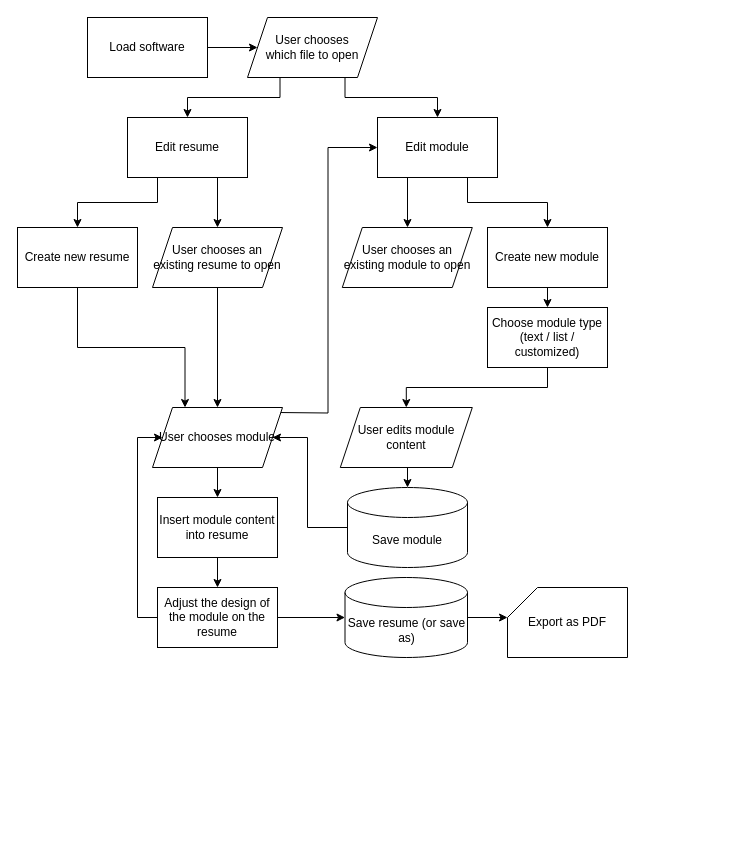
The draw.io diagram System Flowchart.drawio in Mkswll/ResText, before the edit. Source tidied: cells renumbered, new cells numbered last; positions are measured from the earlier drawing's top-left corner, leaving out a move shared by most shapes. Both pictures are drawn from the tidied source at 100%, with x=0, y=0 at pixel (17, 17).
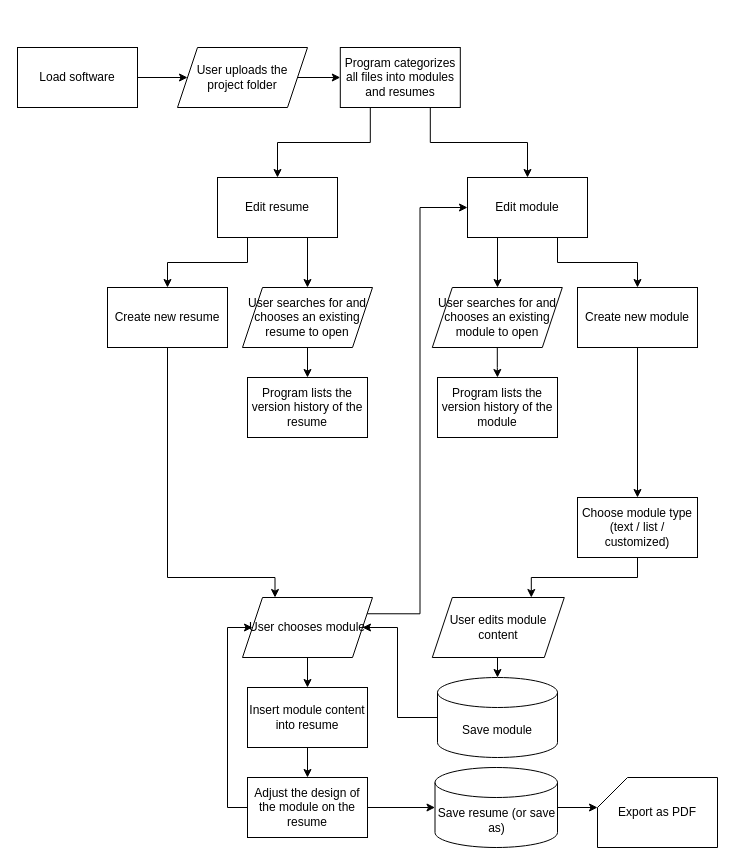
The same page after the edit.

Commit message:
System Flowchart (Final) 032813

Change to the diagram source:
```diff
@@
-    <mxCell id="2" style="edgeStyle=orthogonalEdgeStyle;rounded=0;jettySize=auto;html=1;exitX=1;exitY=0.5;exitDx=0;exitDy=0;entryX=0;entryY=0.5;entryDx=0;entryDy=0;" parent="1" edge="1" source="3" target="6">
-      <mxGeometry relative="1" as="geometry" />
-    </mxCell>
+    <mxCell id="37" style="edgeStyle=orthogonalEdgeStyle;rounded=0;jettySize=auto;html=1;entryX=0;entryY=0.5;entryDx=0;entryDy=0;" parent="1" edge="1" source="3" target="42">
+      <mxGeometry relative="1" as="geometry" />
+    </mxCell>
     <mxCell id="3" value="Load software" style="rounded=0;whiteSpace=wrap;html=1;" parent="1" vertex="1">
-      <mxGeometry x="70" width="120" height="60" as="geometry" />
+      <mxGeometry y="30" width="120" height="60" as="geometry" />
     </mxCell>
-    <mxCell id="4" style="edgeStyle=orthogonalEdgeStyle;rounded=0;jettySize=auto;html=1;exitX=0.25;exitY=1;exitDx=0;exitDy=0;" parent="1" edge="1" source="6" target="14">
-      <mxGeometry relative="1" as="geometry" />
-    </mxCell>
-    <mxCell id="5" style="edgeStyle=orthogonalEdgeStyle;rounded=0;jettySize=auto;html=1;exitX=0.75;exitY=1;exitDx=0;exitDy=0;entryX=0.5;entryY=0;entryDx=0;entryDy=0;" parent="1" edge="1" source="6" target="16">
-      <mxGeometry relative="1" as="geometry" />
-    </mxCell>
-    <mxCell id="6" value="User chooses &lt;br&gt;which file to open" style="shape=parallelogram;perimeter=parallelogramPerimeter;whiteSpace=wrap;html=1;fixedSize=1;" parent="1" vertex="1">
-      <mxGeometry x="230" width="130" height="60" as="geometry" />
-    </mxCell>
-    <mxCell id="7" style="edgeStyle=orthogonalEdgeStyle;rounded=0;jettySize=auto;html=1;exitX=0.5;exitY=1;exitDx=0;exitDy=0;entryX=0.25;entryY=0;entryDx=0;entryDy=0;" parent="1" edge="1" source="8" target="32">
-      <mxGeometry relative="1" as="geometry" />
+    <mxCell id="7" style="edgeStyle=orthogonalEdgeStyle;rounded=0;jettySize=auto;html=1;entryX=0.25;entryY=0;entryDx=0;entryDy=0;" parent="1" edge="1" source="8" target="32">
+      <mxGeometry relative="1" as="geometry">
+        <Array as="points">
+          <mxPoint x="150" y="560" />
+          <mxPoint x="258" y="560" />
+        </Array>
+      </mxGeometry>
     </mxCell>
     <mxCell id="8" value="Create new resume" style="rounded=0;whiteSpace=wrap;html=1;" parent="1" vertex="1">
-      <mxGeometry y="210" width="120" height="60" as="geometry" />
+      <mxGeometry x="90" y="270" width="120" height="60" as="geometry" />
     </mxCell>
     <mxCell id="9" value="Create new module" style="rounded=0;whiteSpace=wrap;html=1;" parent="1" vertex="1">
-      <mxGeometry x="470" y="210" width="120" height="60" as="geometry" />
+      <mxGeometry x="560" y="270" width="120" height="60" as="geometry" />
     </mxCell>
@@
-    <mxCell id="11" style="edgeStyle=orthogonalEdgeStyle;rounded=0;jettySize=auto;html=1;exitX=0.5;exitY=1;exitDx=0;exitDy=0;entryX=0.5;entryY=0;entryDx=0;entryDy=0;" parent="1" edge="1" source="12" target="31">
+    <mxCell id="11" style="edgeStyle=orthogonalEdgeStyle;rounded=0;jettySize=auto;html=1;exitX=0.5;exitY=1;exitDx=0;exitDy=0;entryX=0.75;entryY=0;entryDx=0;entryDy=0;" parent="1" edge="1" source="12" target="31">
       <mxGeometry relative="1" as="geometry" />
     </mxCell>
     <mxCell id="12" value="Choose module type (text / list / customized)" style="rounded=0;whiteSpace=wrap;html=1;" parent="1" vertex="1">
-      <mxGeometry x="470" y="290" width="120" height="60" as="geometry" />
+      <mxGeometry x="560" y="480" width="120" height="60" as="geometry" />
     </mxCell>
@@
     <mxCell id="14" value="Edit resume" style="rounded=0;whiteSpace=wrap;html=1;" parent="1" vertex="1">
-      <mxGeometry x="110" y="100" width="120" height="60" as="geometry" />
+      <mxGeometry x="200" y="160" width="120" height="60" as="geometry" />
     </mxCell>
@@
     <mxCell id="16" value="Edit module" style="rounded=0;whiteSpace=wrap;html=1;" parent="1" vertex="1">
-      <mxGeometry x="360" y="100" width="120" height="60" as="geometry" />
+      <mxGeometry x="450" y="160" width="120" height="60" as="geometry" />
     </mxCell>
     <mxCell id="17" style="endArrow=classic;html=1;rounded=0;exitX=0.25;exitY=1;exitDx=0;exitDy=0;" parent="1" edge="1" source="16">
       <mxGeometry relative="1" as="geometry">
-        <mxPoint x="390" y="210" as="targetPoint" />
+        <mxPoint x="480" y="270" as="targetPoint" />
       </mxGeometry>
     </mxCell>
@@
-    <mxCell id="19" style="edgeStyle=orthogonalEdgeStyle;rounded=0;jettySize=auto;html=1;exitX=1;exitY=0.25;exitDx=0;exitDy=0;entryX=0;entryY=0.5;entryDx=0;entryDy=0;" parent="1" edge="1" target="16">
-      <mxGeometry relative="1" as="geometry">
-        <mxPoint x="260" y="395" as="sourcePoint" />
-      </mxGeometry>
-    </mxCell>
     <mxCell id="20" style="endArrow=classic;html=1;rounded=0;exitX=0.5;exitY=1;exitDx=0;exitDy=0;" parent="1" edge="1">
       <mxGeometry relative="1" as="geometry">
-        <mxPoint x="200" y="450" as="sourcePoint" />
-        <mxPoint x="200" y="480" as="targetPoint" />
+        <mxPoint x="290" y="640" as="sourcePoint" />
+        <mxPoint x="290" y="670" as="targetPoint" />
       </mxGeometry>
     </mxCell>
@@
     <mxCell id="22" value="Insert module content into resume" style="rounded=0;whiteSpace=wrap;html=1;" parent="1" vertex="1">
-      <mxGeometry x="140" y="480" width="120" height="60" as="geometry" />
+      <mxGeometry x="230" y="670" width="120" height="60" as="geometry" />
     </mxCell>
     <mxCell id="23" style="edgeStyle=orthogonalEdgeStyle;rounded=0;jettySize=auto;html=1;exitX=0.5;exitY=1;exitDx=0;exitDy=0;entryX=0.5;entryY=0;entryDx=0;entryDy=0;entryPerimeter=0;" parent="1" edge="1" target="25">
       <mxGeometry relative="1" as="geometry">
-        <mxPoint x="390" y="450" as="sourcePoint" />
+        <mxPoint x="480" y="640" as="sourcePoint" />
       </mxGeometry>
     </mxCell>
     <mxCell id="24" style="edgeStyle=orthogonalEdgeStyle;rounded=0;jettySize=auto;html=1;exitX=0;exitY=0.5;exitDx=0;exitDy=0;exitPerimeter=0;entryX=1;entryY=0.5;entryDx=0;entryDy=0;" parent="1" edge="1" source="25" target="32">
       <mxGeometry relative="1" as="geometry">
         <Array as="points">
-          <mxPoint x="290" y="510" />
-          <mxPoint x="290" y="420" />
+          <mxPoint x="380" y="700" />
+          <mxPoint x="380" y="610" />
         </Array>
       </mxGeometry>
     </mxCell>
     <mxCell id="25" value="Save module" style="shape=cylinder3;whiteSpace=wrap;html=1;boundedLbl=1;backgroundOutline=1;size=15;" parent="1" vertex="1">
-      <mxGeometry x="330" y="470" width="120" height="80" as="geometry" />
+      <mxGeometry x="420" y="660" width="120" height="80" as="geometry" />
     </mxCell>
     <mxCell id="26" style="edgeStyle=orthogonalEdgeStyle;rounded=0;jettySize=auto;html=1;exitX=0;exitY=0.25;exitDx=0;exitDy=0;entryX=0;entryY=0.5;entryDx=0;entryDy=0;" parent="1" edge="1" source="28" target="32">
       <mxGeometry relative="1" as="geometry">
         <Array as="points">
-          <mxPoint x="140" y="600" />
-          <mxPoint x="120" y="600" />
-          <mxPoint x="120" y="420" />
+          <mxPoint x="230" y="790" />
+          <mxPoint x="210" y="790" />
+          <mxPoint x="210" y="610" />
         </Array>
       </mxGeometry>
     </mxCell>
@@
     <mxCell id="28" value="Adjust the design of the module on the resume" style="rounded=0;whiteSpace=wrap;html=1;" parent="1" vertex="1">
-      <mxGeometry x="140" y="570" width="120" height="60" as="geometry" />
+      <mxGeometry x="230" y="760" width="120" height="60" as="geometry" />
     </mxCell>
@@
     <mxCell id="30" value="Save resume (or save as)" style="shape=cylinder3;whiteSpace=wrap;html=1;boundedLbl=1;backgroundOutline=1;size=15;" parent="1" vertex="1">
-      <mxGeometry x="327.5" y="560" width="122.5" height="80" as="geometry" />
+      <mxGeometry x="417.5" y="750" width="122.5" height="80" as="geometry" />
     </mxCell>
     <mxCell id="31" value="User edits module content" style="shape=parallelogram;perimeter=parallelogramPerimeter;whiteSpace=wrap;html=1;fixedSize=1;" parent="1" vertex="1">
-      <mxGeometry x="322.8" y="390" width="132" height="60" as="geometry" />
+      <mxGeometry x="414.8" y="580" width="132" height="60" as="geometry" />
     </mxCell>
+    <mxCell id="38" style="edgeStyle=orthogonalEdgeStyle;rounded=0;jettySize=auto;html=1;exitX=1;exitY=0.25;exitDx=0;exitDy=0;entryX=0;entryY=0.5;entryDx=0;entryDy=0;" parent="1" edge="1" source="32" target="16">
+      <mxGeometry relative="1" as="geometry" />
+    </mxCell>
     <mxCell id="32" value="User chooses module" style="shape=parallelogram;perimeter=parallelogramPerimeter;whiteSpace=wrap;html=1;fixedSize=1;" parent="1" vertex="1">
-      <mxGeometry x="135" y="390" width="130" height="60" as="geometry" />
+      <mxGeometry x="225" y="580" width="130" height="60" as="geometry" />
     </mxCell>
     <mxCell id="33" value="Export as PDF" style="shape=card;whiteSpace=wrap;html=1;rotation=0;" parent="1" vertex="1">
-      <mxGeometry x="490" y="570" width="120" height="70" as="geometry" />
+      <mxGeometry x="580" y="760" width="120" height="70" as="geometry" />
     </mxCell>
-    <mxCell id="34" style="edgeStyle=orthogonalEdgeStyle;rounded=0;jettySize=auto;html=1;exitX=0.5;exitY=1;exitDx=0;exitDy=0;entryX=0.5;entryY=0;entryDx=0;entryDy=0;" parent="1" edge="1" source="35" target="32">
-      <mxGeometry relative="1" as="geometry" />
-    </mxCell>
+    <mxCell id="39" style="edgeStyle=orthogonalEdgeStyle;rounded=0;jettySize=auto;html=1;entryX=0.5;entryY=0;entryDx=0;entryDy=0;" parent="1" edge="1" source="35" target="47">
+      <mxGeometry relative="1" as="geometry" />
+    </mxCell>
-    <mxCell id="35" value="User chooses an existing resume to open" style="shape=parallelogram;perimeter=parallelogramPerimeter;whiteSpace=wrap;html=1;fixedSize=1;" parent="1" vertex="1">
-      <mxGeometry x="135" y="210" width="130" height="60" as="geometry" />
+    <mxCell id="35" value="User searches for and chooses an existing resume to open" style="shape=parallelogram;perimeter=parallelogramPerimeter;whiteSpace=wrap;html=1;fixedSize=1;" parent="1" vertex="1">
+      <mxGeometry x="225" y="270" width="130" height="60" as="geometry" />
     </mxCell>
+    <mxCell id="40" style="edgeStyle=orthogonalEdgeStyle;rounded=0;jettySize=auto;html=1;entryX=0.5;entryY=0;entryDx=0;entryDy=0;" parent="1" edge="1" source="36" target="46">
+      <mxGeometry relative="1" as="geometry" />
+    </mxCell>
-    <mxCell id="36" value="User chooses an existing module to open" style="shape=parallelogram;perimeter=parallelogramPerimeter;whiteSpace=wrap;html=1;fixedSize=1;" parent="1" vertex="1">
-      <mxGeometry x="324.8" y="210" width="130" height="60" as="geometry" />
+    <mxCell id="36" value="User searches for and chooses an existing module to open" style="shape=parallelogram;perimeter=parallelogramPerimeter;whiteSpace=wrap;html=1;fixedSize=1;" parent="1" vertex="1">
+      <mxGeometry x="414.8" y="270" width="130" height="60" as="geometry" />
     </mxCell>
+    <mxCell id="41" style="edgeStyle=orthogonalEdgeStyle;rounded=0;jettySize=auto;html=1;exitX=1;exitY=0.5;exitDx=0;exitDy=0;entryX=0;entryY=0.5;entryDx=0;entryDy=0;" parent="1" edge="1" source="42" target="45">
+      <mxGeometry relative="1" as="geometry" />
+    </mxCell>
+    <mxCell id="42" value="User uploads the project folder" style="shape=parallelogram;perimeter=parallelogramPerimeter;whiteSpace=wrap;html=1;fixedSize=1;" parent="1" vertex="1">
+      <mxGeometry x="160" y="30" width="130" height="60" as="geometry" />
+    </mxCell>
+    <mxCell id="43" style="edgeStyle=orthogonalEdgeStyle;rounded=0;jettySize=auto;html=1;exitX=0.75;exitY=1;exitDx=0;exitDy=0;entryX=0.5;entryY=0;entryDx=0;entryDy=0;" parent="1" edge="1" source="45" target="16">
+      <mxGeometry relative="1" as="geometry" />
+    </mxCell>
+    <mxCell id="44" style="edgeStyle=orthogonalEdgeStyle;rounded=0;jettySize=auto;html=1;exitX=0.25;exitY=1;exitDx=0;exitDy=0;entryX=0.5;entryY=0;entryDx=0;entryDy=0;" parent="1" edge="1" source="45" target="14">
+      <mxGeometry relative="1" as="geometry" />
+    </mxCell>
+    <mxCell id="45" value="Program categorizes all files into modules and resumes" style="rounded=0;whiteSpace=wrap;html=1;" parent="1" vertex="1">
+      <mxGeometry x="322.8" y="30" width="120" height="60" as="geometry" />
+    </mxCell>
+    <mxCell id="46" value="Program lists the version history of the module" style="rounded=0;whiteSpace=wrap;html=1;" parent="1" vertex="1">
+      <mxGeometry x="420" y="360" width="120" height="60" as="geometry" />
+    </mxCell>
+    <mxCell id="47" value="Program lists the version history of the resume" style="rounded=0;whiteSpace=wrap;html=1;" parent="1" vertex="1">
+      <mxGeometry x="230" y="360" width="120" height="60" as="geometry" />
+    </mxCell>
```
